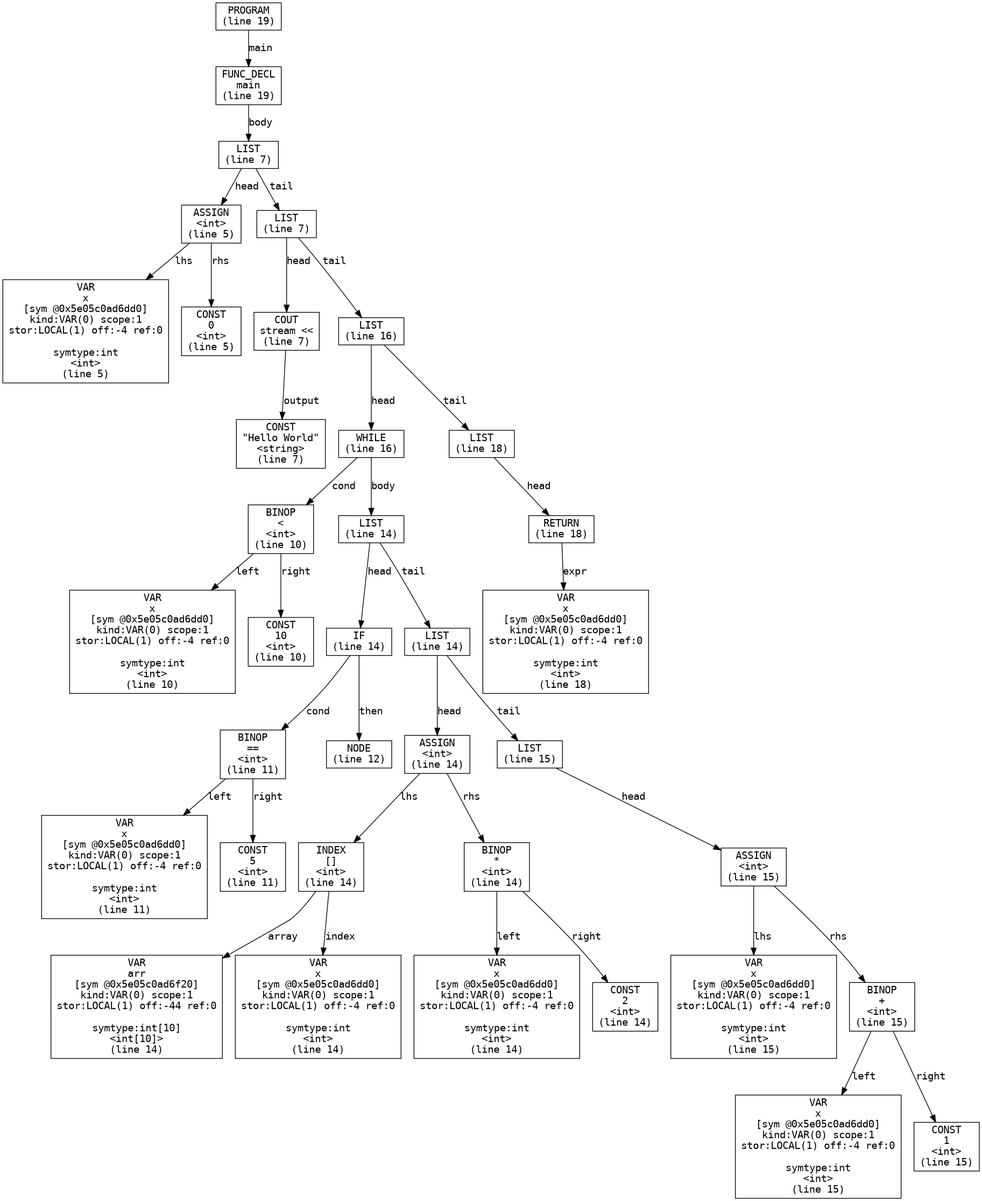
Before: codegen/ast.png, a diagram exported from Graphviz (kalamakis/Cpp-compiler). Its source is kept beside it as codegen/ast.dot.
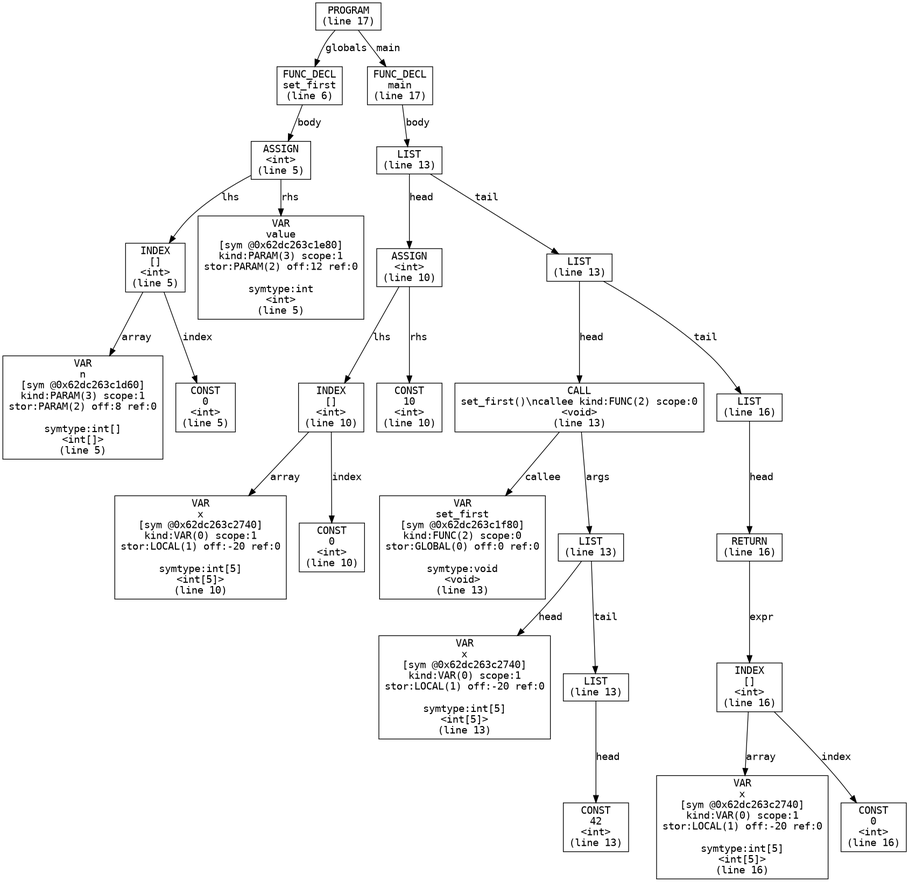
After the commit.

The edit, as a diff of the source:
```diff
@@ -1,77 +1,55 @@
 digraph AST {
   node [shape=box, fontname="Courier"];
   edge [fontname="Courier"];
-  n0 [label="PROGRAM\n(line 19)"];
-  n1 [label="FUNC_DECL\nmain\n(line 19)"];
-  n2 [label="LIST\n(line 7)"];
-  n3 [label="ASSIGN\n<int>\n(line 5)"];
-  n4 [label="VAR\nx\n[sym @0x5e05c0ad6dd0]\nkind:VAR(0) scope:1\nstor:LOCAL(1) off:-4 ref:0\n\nsymtype:int\n<int>\n(line 5)"];
-  n3 -> n4 [label="lhs"];
+  n0 [label="PROGRAM\n(line 17)"];
+  n1 [label="FUNC_DECL\nset_first\n(line 6)"];
+  n2 [label="ASSIGN\n<int>\n(line 5)"];
+  n3 [label="INDEX\n[]\n<int>\n(line 5)"];
+  n4 [label="VAR\nn\n[sym @0x62dc263c1d60]\nkind:PARAM(3) scope:1\nstor:PARAM(2) off:8 ref:0\n\nsymtype:int[]\n<int[]>\n(line 5)"];
+  n3 -> n4 [label="array"];
   n5 [label="CONST\n0\n<int>\n(line 5)"];
-  n3 -> n5 [label="rhs"];
-  n2 -> n3 [label="head"];
-  n6 [label="LIST\n(line 7)"];
-  n7 [label="COUT\nstream <<\n(line 7)"];
-  n8 [label="CONST\n\"Hello World\"\n<string>\n(line 7)"];
-  n7 -> n8 [label="output"];
-  n6 -> n7 [label="head"];
-  n9 [label="LIST\n(line 16)"];
-  n10 [label="WHILE\n(line 16)"];
-  n11 [label="BINOP\n<\n<int>\n(line 10)"];
-  n12 [label="VAR\nx\n[sym @0x5e05c0ad6dd0]\nkind:VAR(0) scope:1\nstor:LOCAL(1) off:-4 ref:0\n\nsymtype:int\n<int>\n(line 10)"];
-  n11 -> n12 [label="left"];
+  n3 -> n5 [label="index"];
+  n2 -> n3 [label="lhs"];
+  n6 [label="VAR\nvalue\n[sym @0x62dc263c1e80]\nkind:PARAM(3) scope:1\nstor:PARAM(2) off:12 ref:0\n\nsymtype:int\n<int>\n(line 5)"];
+  n2 -> n6 [label="rhs"];
+  n1 -> n2 [label="body"];
+  n0 -> n1 [label="globals"];
+  n7 [label="FUNC_DECL\nmain\n(line 17)"];
+  n8 [label="LIST\n(line 13)"];
+  n9 [label="ASSIGN\n<int>\n(line 10)"];
+  n10 [label="INDEX\n[]\n<int>\n(line 10)"];
+  n11 [label="VAR\nx\n[sym @0x62dc263c2740]\nkind:VAR(0) scope:1\nstor:LOCAL(1) off:-20 ref:0\n\nsymtype:int[5]\n<int[5]>\n(line 10)"];
+  n10 -> n11 [label="array"];
+  n12 [label="CONST\n0\n<int>\n(line 10)"];
+  n10 -> n12 [label="index"];
+  n9 -> n10 [label="lhs"];
   n13 [label="CONST\n10\n<int>\n(line 10)"];
-  n11 -> n13 [label="right"];
-  n10 -> n11 [label="cond"];
-  n14 [label="LIST\n(line 14)"];
-  n15 [label="IF\n(line 14)"];
-  n16 [label="BINOP\n==\n<int>\n(line 11)"];
-  n17 [label="VAR\nx\n[sym @0x5e05c0ad6dd0]\nkind:VAR(0) scope:1\nstor:LOCAL(1) off:-4 ref:0\n\nsymtype:int\n<int>\n(line 11)"];
-  n16 -> n17 [label="left"];
-  n18 [label="CONST\n5\n<int>\n(line 11)"];
-  n16 -> n18 [label="right"];
-  n15 -> n16 [label="cond"];
-  n19 [label="NODE\n(line 12)"];
-  n15 -> n19 [label="then"];
+  n9 -> n13 [label="rhs"];
+  n8 -> n9 [label="head"];
+  n14 [label="LIST\n(line 13)"];
+  n15 [label="CALL\nset_first()\\ncallee kind:FUNC(2) scope:0\n<void>\n(line 13)"];
+  n16 [label="VAR\nset_first\n[sym @0x62dc263c1f80]\nkind:FUNC(2) scope:0\nstor:GLOBAL(0) off:0 ref:0\n\nsymtype:void\n<void>\n(line 13)"];
+  n15 -> n16 [label="callee"];
+  n17 [label="LIST\n(line 13)"];
+  n18 [label="VAR\nx\n[sym @0x62dc263c2740]\nkind:VAR(0) scope:1\nstor:LOCAL(1) off:-20 ref:0\n\nsymtype:int[5]\n<int[5]>\n(line 13)"];
+  n17 -> n18 [label="head"];
+  n19 [label="LIST\n(line 13)"];
+  n20 [label="CONST\n42\n<int>\n(line 13)"];
+  n19 -> n20 [label="head"];
+  n17 -> n19 [label="tail"];
+  n15 -> n17 [label="args"];
   n14 -> n15 [label="head"];
-  n20 [label="LIST\n(line 14)"];
-  n21 [label="ASSIGN\n<int>\n(line 14)"];
-  n22 [label="INDEX\n[]\n<int>\n(line 14)"];
-  n23 [label="VAR\narr\n[sym @0x5e05c0ad6f20]\nkind:VAR(0) scope:1\nstor:LOCAL(1) off:-44 ref:0\n\nsymtype:int[10]\n<int[10]>\n(line 14)"];
-  n22 -> n23 [label="array"];
-  n24 [label="VAR\nx\n[sym @0x5e05c0ad6dd0]\nkind:VAR(0) scope:1\nstor:LOCAL(1) off:-4 ref:0\n\nsymtype:int\n<int>\n(line 14)"];
-  n22 -> n24 [label="index"];
-  n21 -> n22 [label="lhs"];
-  n25 [label="BINOP\n*\n<int>\n(line 14)"];
-  n26 [label="VAR\nx\n[sym @0x5e05c0ad6dd0]\nkind:VAR(0) scope:1\nstor:LOCAL(1) off:-4 ref:0\n\nsymtype:int\n<int>\n(line 14)"];
-  n25 -> n26 [label="left"];
-  n27 [label="CONST\n2\n<int>\n(line 14)"];
-  n25 -> n27 [label="right"];
-  n21 -> n25 [label="rhs"];
-  n20 -> n21 [label="head"];
-  n28 [label="LIST\n(line 15)"];
-  n29 [label="ASSIGN\n<int>\n(line 15)"];
-  n30 [label="VAR\nx\n[sym @0x5e05c0ad6dd0]\nkind:VAR(0) scope:1\nstor:LOCAL(1) off:-4 ref:0\n\nsymtype:int\n<int>\n(line 15)"];
-  n29 -> n30 [label="lhs"];
-  n31 [label="BINOP\n+\n<int>\n(line 15)"];
-  n32 [label="VAR\nx\n[sym @0x5e05c0ad6dd0]\nkind:VAR(0) scope:1\nstor:LOCAL(1) off:-4 ref:0\n\nsymtype:int\n<int>\n(line 15)"];
-  n31 -> n32 [label="left"];
-  n33 [label="CONST\n1\n<int>\n(line 15)"];
-  n31 -> n33 [label="right"];
-  n29 -> n31 [label="rhs"];
-  n28 -> n29 [label="head"];
-  n20 -> n28 [label="tail"];
-  n14 -> n20 [label="tail"];
-  n10 -> n14 [label="body"];
-  n9 -> n10 [label="head"];
-  n34 [label="LIST\n(line 18)"];
-  n35 [label="RETURN\n(line 18)"];
-  n36 [label="VAR\nx\n[sym @0x5e05c0ad6dd0]\nkind:VAR(0) scope:1\nstor:LOCAL(1) off:-4 ref:0\n\nsymtype:int\n<int>\n(line 18)"];
-  n35 -> n36 [label="expr"];
-  n34 -> n35 [label="head"];
-  n9 -> n34 [label="tail"];
-  n6 -> n9 [label="tail"];
-  n2 -> n6 [label="tail"];
-  n1 -> n2 [label="body"];
-  n0 -> n1 [label="main"];
+  n21 [label="LIST\n(line 16)"];
+  n22 [label="RETURN\n(line 16)"];
+  n23 [label="INDEX\n[]\n<int>\n(line 16)"];
+  n24 [label="VAR\nx\n[sym @0x62dc263c2740]\nkind:VAR(0) scope:1\nstor:LOCAL(1) off:-20 ref:0\n\nsymtype:int[5]\n<int[5]>\n(line 16)"];
+  n23 -> n24 [label="array"];
+  n25 [label="CONST\n0\n<int>\n(line 16)"];
+  n23 -> n25 [label="index"];
+  n22 -> n23 [label="expr"];
+  n21 -> n22 [label="head"];
+  n14 -> n21 [label="tail"];
+  n8 -> n14 [label="tail"];
+  n7 -> n8 [label="body"];
+  n0 -> n7 [label="main"];
 }
```
